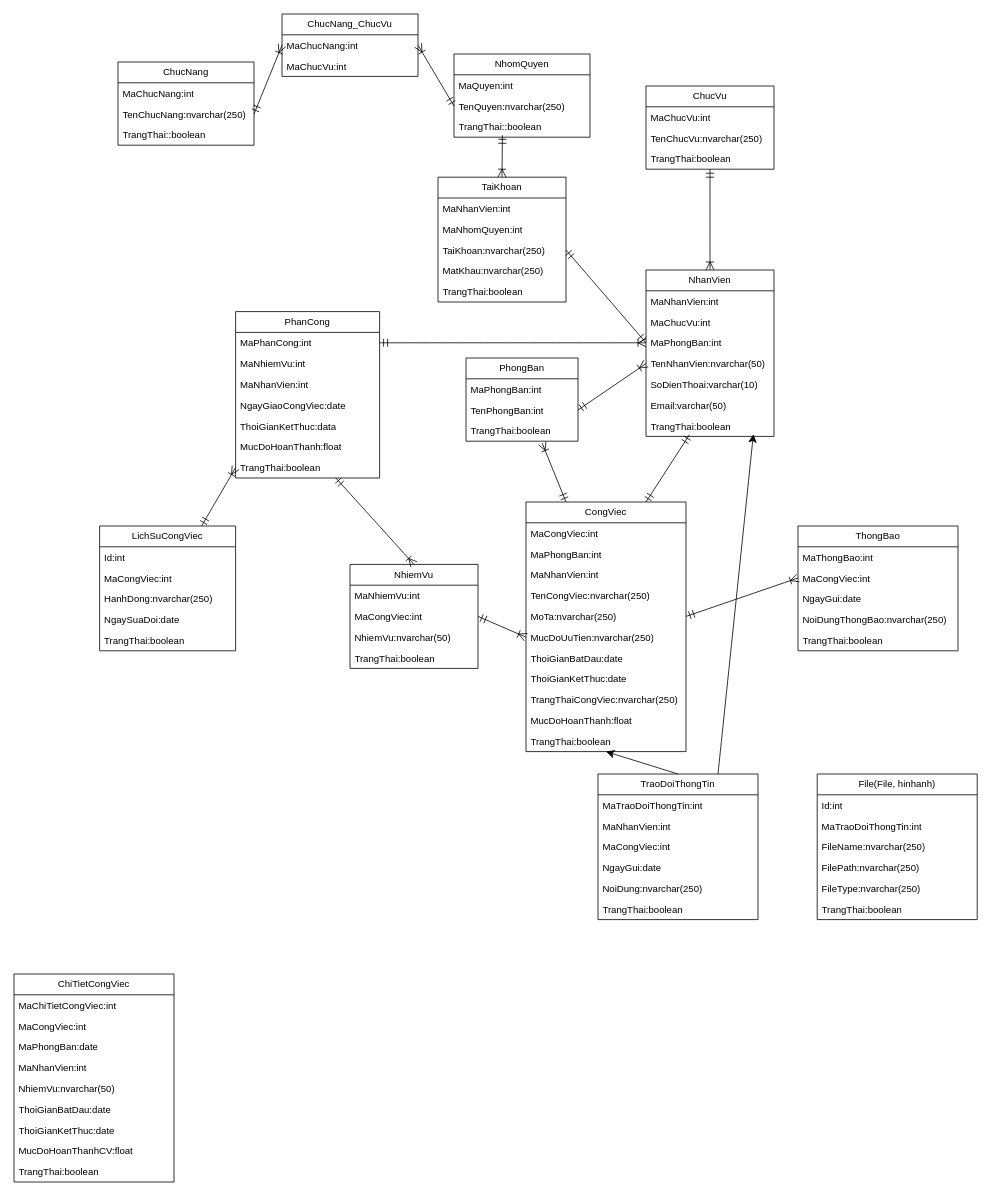
maivantai2003/vercelDemo keeps this draw.io diagram as j2ee.drawio. Above is the earlier version. Source tidied: cells renumbered, new cells numbered last; positions are measured from the earlier drawing's top-left corner, leaving out a move shared by most shapes. Both pictures are drawn from the tidied source at 80%, with x=0, y=0 at pixel (14, 14).
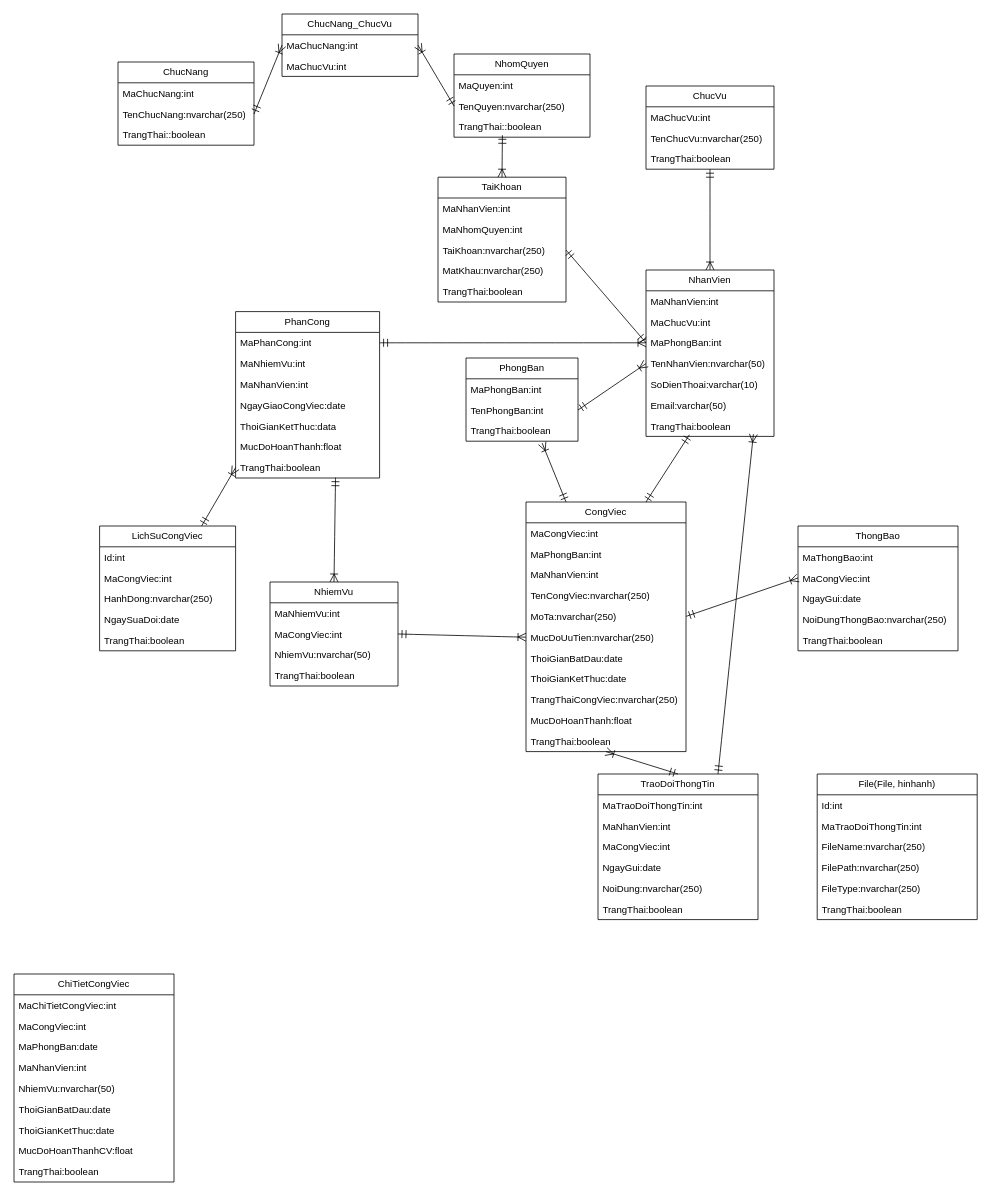
Above is the later version.

Unchanged cells that the change refers to:
```xml
<mxCell id="16" value="TrangThai:boolean" style="text;strokeColor=none;fillColor=none;align=left;verticalAlign=top;spacingLeft=4;spacingRight=4;overflow=hidden;points=[[0,0.5],[1,0.5]];portConstraint=eastwest;whiteSpace=wrap;html=1;" parent="9" vertex="1">
  <mxGeometry y="182" width="160" height="26" as="geometry" />
</mxCell>
<mxCell id="22" value="CongViec" style="swimlane;fontStyle=0;horizontal=1;startSize=26;fillColor=none;whiteSpace=wrap;html=1;" parent="1" vertex="1">
  <mxGeometry x="640" y="610" width="200" height="312" as="geometry" />
</mxCell>
<mxCell id="41" value="TraoDoiThongTin" style="swimlane;fontStyle=0;horizontal=1;startSize=26;fillColor=none;whiteSpace=wrap;html=1;" parent="1" vertex="1">
  <mxGeometry x="730" y="950" width="200" height="182" as="geometry" />
</mxCell>
```

Diff of the diagram source:
```diff
@@
-    <mxCell id="40" style="edgeStyle=none;curved=1;rounded=0;jettySize=auto;html=1;exitX=0.5;exitY=0;exitDx=0;exitDy=0;entryX=0.5;entryY=1;entryDx=0;entryDy=0;fontSize=12;startSize=8;endSize=8;" parent="1" edge="1" source="41" target="22">
+    <mxCell id="40" style="edgeStyle=none;curved=1;rounded=0;jettySize=auto;html=1;exitX=0.5;exitY=0;exitDx=0;exitDy=0;entryX=0.5;entryY=1;entryDx=0;entryDy=0;fontSize=12;startSize=8;endSize=8;endArrow=ERoneToMany;endFill=0;startArrow=ERmandOne;startFill=0;" parent="1" edge="1" source="41" target="22">
       <mxGeometry relative="1" as="geometry" />
     </mxCell>
@@
-    <mxCell id="62" style="edgeStyle=none;curved=1;rounded=0;jettySize=auto;html=1;exitX=0.75;exitY=0;exitDx=0;exitDy=0;entryX=0.839;entryY=0.892;entryDx=0;entryDy=0;entryPerimeter=0;fontSize=12;startSize=8;endSize=8;" parent="1" edge="1" source="41" target="16">
+    <mxCell id="62" style="edgeStyle=none;curved=1;rounded=0;jettySize=auto;html=1;exitX=0.75;exitY=0;exitDx=0;exitDy=0;entryX=0.839;entryY=0.892;entryDx=0;entryDy=0;entryPerimeter=0;fontSize=12;startSize=8;endSize=8;endArrow=ERoneToMany;endFill=0;startArrow=ERmandOne;startFill=0;" parent="1" edge="1" source="41" target="16">
       <mxGeometry relative="1" as="geometry" />
     </mxCell>
@@
     <mxCell id="78" value="NhiemVu" style="swimlane;fontStyle=0;horizontal=1;startSize=26;fillColor=none;whiteSpace=wrap;html=1;" parent="1" vertex="1">
-      <mxGeometry x="420" y="688" width="160" height="130" as="geometry" />
+      <mxGeometry x="320" y="710" width="160" height="130" as="geometry" />
     </mxCell>
```
